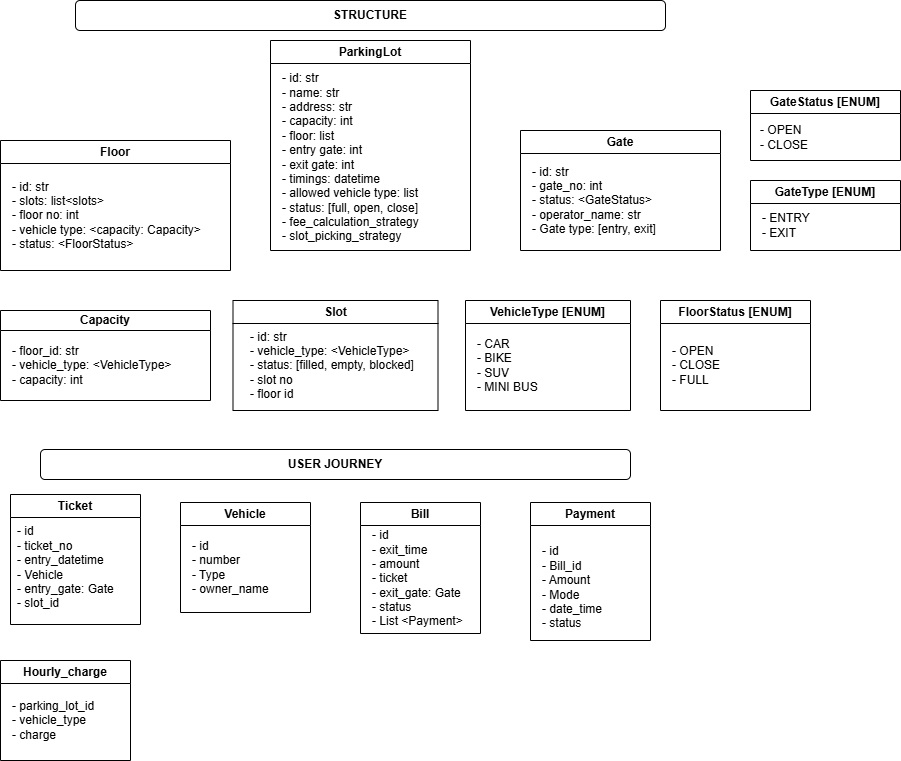
Before: ParkingLot.png, a diagram exported from draw.io (ashu7mishra/ParkingLot). Source tidied: cells renumbered, new cells last; positions are measured from the earlier drawing's top-left corner, leaving out a move shared by most shapes.
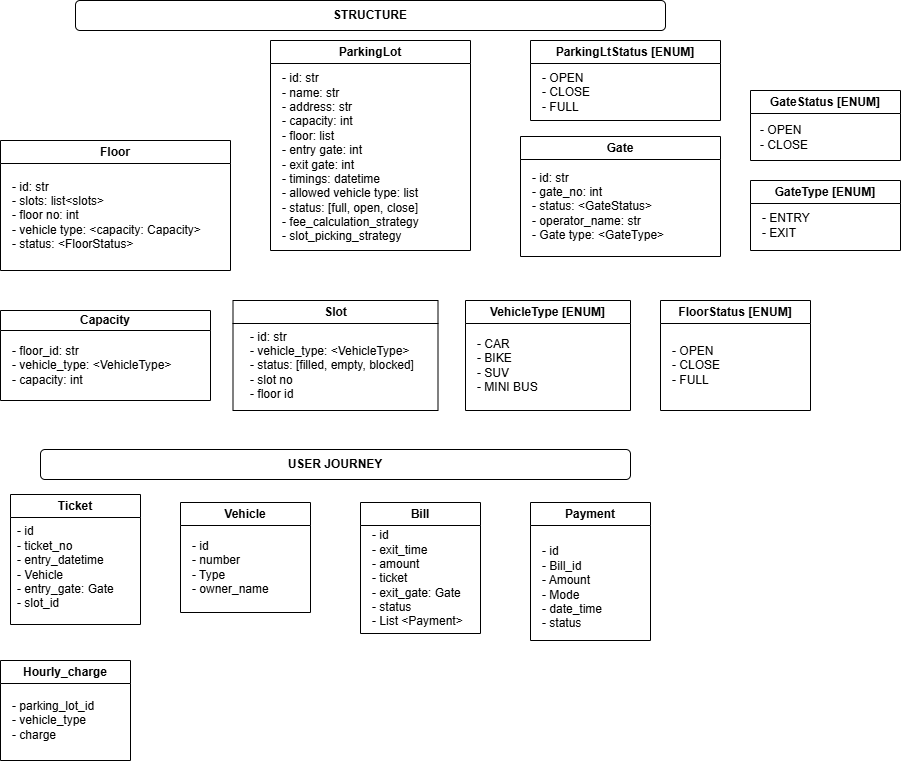
Later version of the same file.

Change to the diagram source:
```diff
@@ -21,10 +21,10 @@
       <mxGeometry x="15" y="20" width="190" height="90" as="geometry" />
     </mxCell>
     <mxCell id="8" value="Gate" style="swimlane;whiteSpace=wrap;html=1;" parent="1" vertex="1">
-      <mxGeometry x="520" y="130" width="200" height="120" as="geometry" />
+      <mxGeometry x="520" y="136" width="200" height="120" as="geometry" />
     </mxCell>
-    <mxCell id="9" value="- id: str&lt;div&gt;- gate_no: int&lt;/div&gt;&lt;div&gt;- status: &amp;lt;GateStatus&amp;gt;&lt;/div&gt;&lt;div&gt;- operator_name: str&lt;/div&gt;&lt;div&gt;- Gate type: [entry, exit]&lt;/div&gt;" style="text;html=1;align=left;verticalAlign=middle;strokeColor=none;fillColor=none;" parent="8" vertex="1">
-      <mxGeometry x="10" y="25" width="150" height="90" as="geometry" />
+    <mxCell id="9" value="- id: str&lt;div&gt;- gate_no: int&lt;/div&gt;&lt;div&gt;- status: &amp;lt;GateStatus&amp;gt;&lt;/div&gt;&lt;div&gt;- operator_name: str&lt;/div&gt;&lt;div&gt;- Gate type: &amp;lt;GateType&amp;gt;&lt;/div&gt;" style="text;html=1;align=left;verticalAlign=middle;strokeColor=none;fillColor=none;" parent="8" vertex="1">
+      <mxGeometry x="10" y="25" width="160" height="90" as="geometry" />
     </mxCell>
     <mxCell id="10" value="Ticket" style="swimlane;whiteSpace=wrap;html=1;" parent="1" vertex="1">
       <mxGeometry x="10" y="494" width="130" height="130" as="geometry" />
@@ -92,5 +92,11 @@
     <mxCell id="31" value="- ENTRY&lt;div&gt;- EXIT&lt;/div&gt;" style="text;html=1;align=left;verticalAlign=middle;strokeColor=none;fillColor=none;" parent="30" vertex="1">
       <mxGeometry x="10" y="25" width="70" height="40" as="geometry" />
     </mxCell>
+    <mxCell id="32" value="ParkingLtStatus [ENUM]" style="swimlane;whiteSpace=wrap;html=1;" parent="1" vertex="1">
+      <mxGeometry x="530" y="40" width="190" height="80" as="geometry" />
+    </mxCell>
+    <mxCell id="33" value="- OPEN&lt;div&gt;- CLOSE&lt;/div&gt;&lt;div&gt;- FULL&lt;/div&gt;" style="text;html=1;align=left;verticalAlign=middle;strokeColor=none;fillColor=none;" parent="32" vertex="1">
+      <mxGeometry x="10" y="22" width="70" height="60" as="geometry" />
+    </mxCell>
   </root>
 </mxGraphModel>
```
